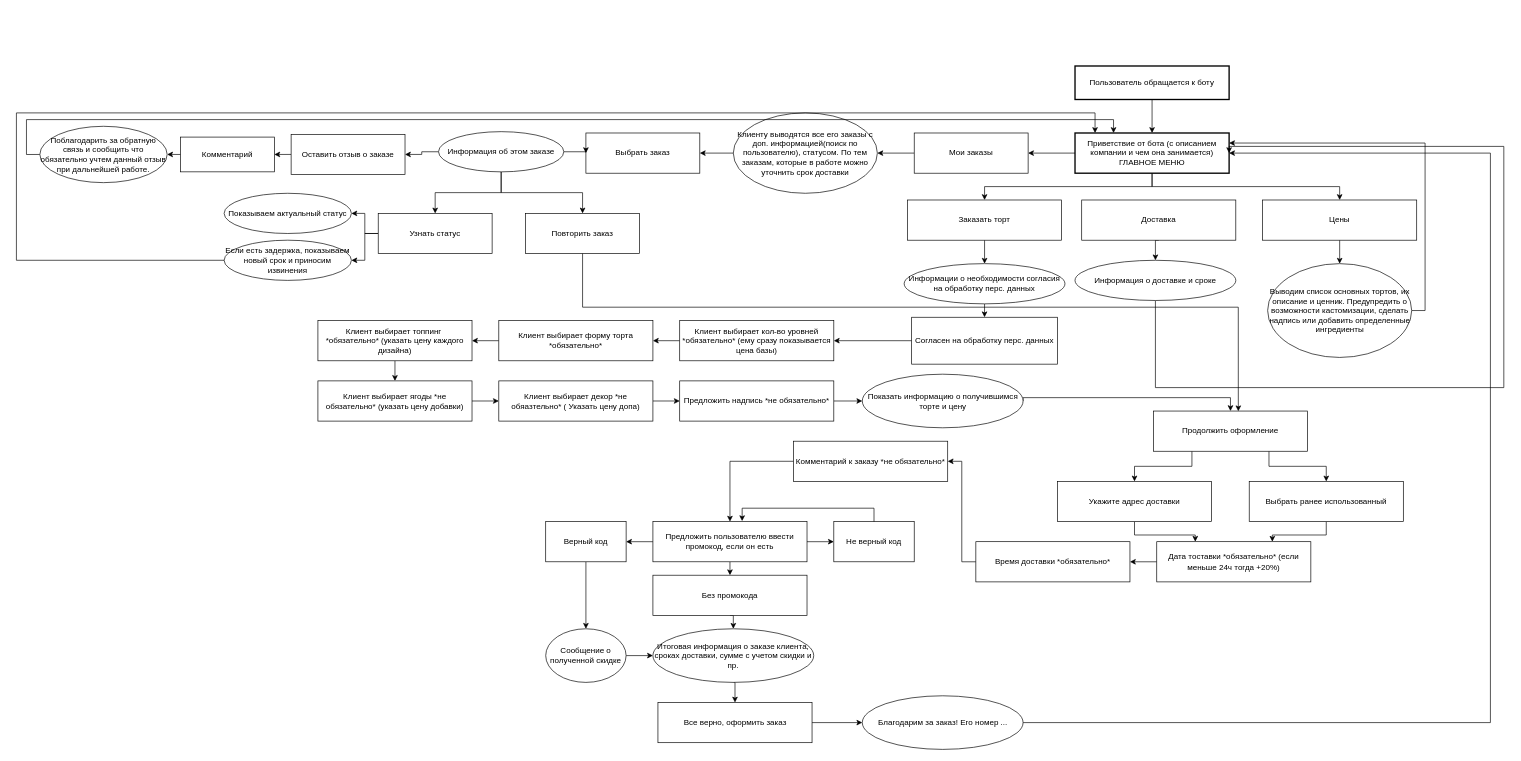
Before: Bake_cake_diagram.drawio in KamenskiyIlya/Bake_cake, a draw.io diagram. Source tidied: cells renumbered, new cells numbered last; positions are measured from the earlier drawing's top-left corner, leaving out a move shared by most shapes. Both pictures are drawn from the tidied source at 67%, with x=0, y=0 at pixel (16, 66).
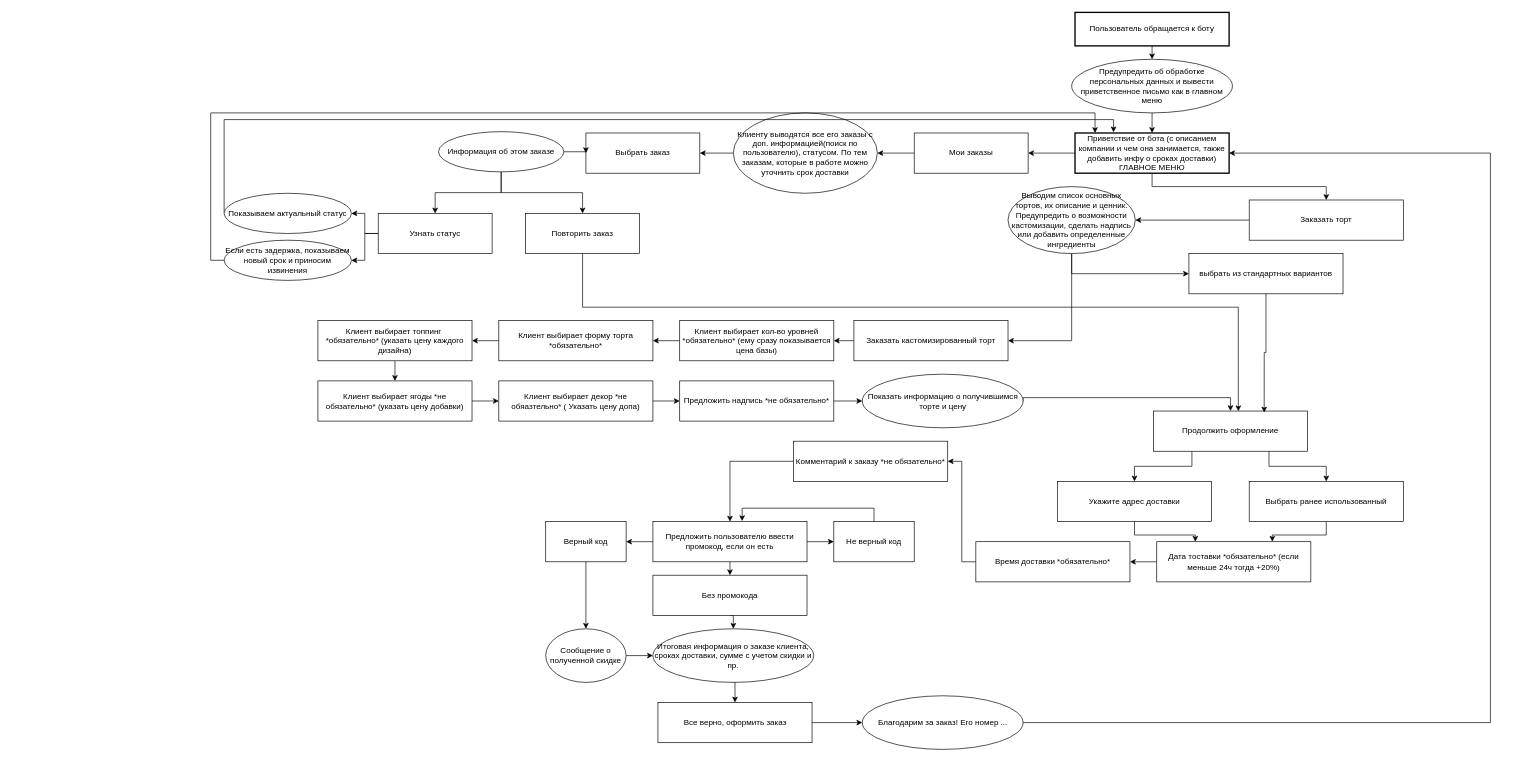
The same page after the edit.

Commit message:
Обновил диаграмму структуры бота

The change refers to these unchanged cells:
```xml
<mxCell id="25" value="Клиент выбирает кол-во уровней *обязательно* (ему сразу показывается цена базы)" style="rounded=0;whiteSpace=wrap;html=1;" parent="1" vertex="1">
  <mxGeometry x="990" y="380" width="230" height="60" as="geometry" />
</mxCell>
<mxCell id="64" value="Если есть задержка, показываем новый срок и приносим извинения" style="ellipse;whiteSpace=wrap;html=1;" parent="1" vertex="1">
  <mxGeometry x="310" y="260" width="190" height="60" as="geometry" />
</mxCell>
<mxCell id="76" value="Продолжить оформление" style="rounded=0;whiteSpace=wrap;html=1;" parent="1" vertex="1">
  <mxGeometry x="1697" y="515" width="230" height="60" as="geometry" />
</mxCell>
<mxCell id="90" value="Информация об этом заказе" style="ellipse;whiteSpace=wrap;html=1;" parent="1" vertex="1">
  <mxGeometry x="630" y="98" width="187" height="60" as="geometry" />
</mxCell>
```

Diff of the diagram source:
```diff
@@
-    <mxCell id="2" style="edgeStyle=orthogonalEdgeStyle;rounded=0;jettySize=auto;html=1;exitX=0.5;exitY=1;exitDx=0;exitDy=0;entryX=0.5;entryY=0;entryDx=0;entryDy=0;" parent="1" edge="1" source="3" target="7">
-      <mxGeometry relative="1" as="geometry" />
-    </mxCell>
+    <mxCell id="93" style="edgeStyle=orthogonalEdgeStyle;rounded=0;jettySize=auto;html=1;exitX=0.5;exitY=1;exitDx=0;exitDy=0;entryX=0.5;entryY=0;entryDx=0;entryDy=0;" parent="1" edge="1" source="3" target="103">
+      <mxGeometry relative="1" as="geometry" />
+    </mxCell>
     <mxCell id="3" value="Пользователь обращается к боту" style="whiteSpace=wrap;strokeWidth=2;" parent="1" vertex="1">
-      <mxGeometry x="1580" width="230" height="50" as="geometry" />
+      <mxGeometry x="1580" y="-80" width="230" height="50" as="geometry" />
     </mxCell>
@@
-    <mxCell id="6" style="edgeStyle=orthogonalEdgeStyle;rounded=0;jettySize=auto;html=1;exitX=0.5;exitY=1;exitDx=0;exitDy=0;" parent="1" edge="1" source="7" target="66">
-      <mxGeometry relative="1" as="geometry" />
-    </mxCell>
-    <mxCell id="7" value="Приветствие от бота (с описанием компании и чем она занимается)&#10;ГЛАВНОЕ МЕНЮ" style="whiteSpace=wrap;strokeWidth=2;" parent="1" vertex="1">
+    <mxCell id="7" value="Приветствие от бота (с описанием компании и чем она занимается, также добавить инфу о сроках доставки)&#10;ГЛАВНОЕ МЕНЮ" style="whiteSpace=wrap;strokeWidth=2;" parent="1" vertex="1">
       <mxGeometry x="1580" y="100" width="230" height="60" as="geometry" />
     </mxCell>
-    <mxCell id="8" style="edgeStyle=orthogonalEdgeStyle;rounded=0;jettySize=auto;html=1;exitX=0.5;exitY=1;exitDx=0;exitDy=0;entryX=0.5;entryY=0;entryDx=0;entryDy=0;" parent="1" edge="1" source="9" target="17">
-      <mxGeometry relative="1" as="geometry" />
-    </mxCell>
+    <mxCell id="94" style="edgeStyle=orthogonalEdgeStyle;rounded=0;jettySize=auto;html=1;exitX=0;exitY=0.5;exitDx=0;exitDy=0;entryX=1;entryY=0.5;entryDx=0;entryDy=0;" parent="1" edge="1" source="9" target="11">
+      <mxGeometry relative="1" as="geometry" />
+    </mxCell>
     <mxCell id="9" value="Заказать торт" style="rounded=0;whiteSpace=wrap;html=1;" parent="1" vertex="1">
-      <mxGeometry x="1330" y="200" width="230" height="60" as="geometry" />
+      <mxGeometry x="1840" y="200" width="230" height="60" as="geometry" />
     </mxCell>
-    <mxCell id="10" style="edgeStyle=orthogonalEdgeStyle;rounded=0;jettySize=auto;html=1;exitX=1;exitY=0.5;exitDx=0;exitDy=0;entryX=1;entryY=0.25;entryDx=0;entryDy=0;" parent="1" edge="1" source="11" target="7">
-      <mxGeometry relative="1" as="geometry" />
-    </mxCell>
+    <mxCell id="95" style="edgeStyle=orthogonalEdgeStyle;rounded=0;jettySize=auto;html=1;exitX=0.5;exitY=1;exitDx=0;exitDy=0;entryX=1;entryY=0.5;entryDx=0;entryDy=0;" parent="1" edge="1" source="11" target="99">
+      <mxGeometry relative="1" as="geometry" />
+    </mxCell>
+    <mxCell id="96" style="edgeStyle=orthogonalEdgeStyle;rounded=0;jettySize=auto;html=1;exitX=0.5;exitY=1;exitDx=0;exitDy=0;entryX=0;entryY=0.5;entryDx=0;entryDy=0;" parent="1" edge="1" source="11" target="100">
+      <mxGeometry relative="1" as="geometry" />
+    </mxCell>
     <mxCell id="11" value="Выводим список основных тортов, их описание и ценник. Предупредить о возможности кастомизации, сделать надпись или добавить определенные ингредиенты" style="ellipse;whiteSpace=wrap;html=1;" parent="1" vertex="1">
-      <mxGeometry x="1867.5" y="295" width="215" height="140" as="geometry" />
+      <mxGeometry x="1480" y="180" width="190" height="100" as="geometry" />
     </mxCell>
@@
-    <mxCell id="16" style="edgeStyle=orthogonalEdgeStyle;rounded=0;jettySize=auto;html=1;exitX=0.5;exitY=1;exitDx=0;exitDy=0;entryX=0.5;entryY=0;entryDx=0;entryDy=0;" parent="1" edge="1" source="17" target="19">
-      <mxGeometry relative="1" as="geometry" />
-    </mxCell>
-    <mxCell id="17" value="Информации о необходимости согласия на обработку перс. данных" style="ellipse;whiteSpace=wrap;html=1;" parent="1" vertex="1">
-      <mxGeometry x="1325" y="295" width="240" height="60" as="geometry" />
-    </mxCell>
-    <mxCell id="18" style="edgeStyle=orthogonalEdgeStyle;rounded=0;jettySize=auto;html=1;exitX=0;exitY=0.5;exitDx=0;exitDy=0;entryX=1;entryY=0.5;entryDx=0;entryDy=0;" parent="1" edge="1" source="19" target="25">
-      <mxGeometry relative="1" as="geometry" />
-    </mxCell>
-    <mxCell id="19" value="Согласен на обработку перс. данных" style="rounded=0;whiteSpace=wrap;html=1;" parent="1" vertex="1">
-      <mxGeometry x="1336.2" y="375" width="217.5" height="70" as="geometry" />
-    </mxCell>
-    <mxCell id="20" style="edgeStyle=orthogonalEdgeStyle;rounded=0;jettySize=auto;html=1;exitX=0.5;exitY=1;exitDx=0;exitDy=0;entryX=0.5;entryY=0;entryDx=0;entryDy=0;" parent="1" edge="1" source="21" target="23">
-      <mxGeometry relative="1" as="geometry" />
-    </mxCell>
-    <mxCell id="21" value="Доставка" style="rounded=0;whiteSpace=wrap;html=1;" parent="1" vertex="1">
-      <mxGeometry x="1590" y="200" width="230" height="60" as="geometry" />
-    </mxCell>
-    <mxCell id="22" style="edgeStyle=orthogonalEdgeStyle;rounded=0;jettySize=auto;html=1;exitX=0.5;exitY=1;exitDx=0;exitDy=0;entryX=1;entryY=0.5;entryDx=0;entryDy=0;" parent="1" edge="1" source="23" target="7">
-      <mxGeometry relative="1" as="geometry">
-        <Array as="points">
-          <mxPoint x="1700" y="480" />
-          <mxPoint x="2220" y="480" />
-          <mxPoint x="2220" y="120" />
-          <mxPoint x="1810" y="120" />
-        </Array>
-      </mxGeometry>
-    </mxCell>
-    <mxCell id="23" value="Информация о доставке и сроке" style="ellipse;whiteSpace=wrap;html=1;" parent="1" vertex="1">
-      <mxGeometry x="1580" y="290" width="240" height="60" as="geometry" />
-    </mxCell>
@@
-    <mxCell id="42" style="edgeStyle=orthogonalEdgeStyle;rounded=0;jettySize=auto;html=1;exitX=0;exitY=0.5;exitDx=0;exitDy=0;entryX=1;entryY=0.5;entryDx=0;entryDy=0;" parent="1" edge="1" source="43" target="68">
-      <mxGeometry relative="1" as="geometry" />
-    </mxCell>
-    <mxCell id="43" value="Оставить отзыв о заказе" style="rounded=0;whiteSpace=wrap;html=1;" parent="1" vertex="1">
-      <mxGeometry x="410" y="102" width="170" height="60" as="geometry" />
-    </mxCell>
@@
+    <mxCell id="97" style="edgeStyle=orthogonalEdgeStyle;rounded=0;orthogonalLoop=1;jettySize=auto;html=1;exitX=0;exitY=0.5;exitDx=0;exitDy=0;entryX=0.25;entryY=0;entryDx=0;entryDy=0;" parent="1" edge="1">
+      <mxGeometry relative="1" as="geometry">
+        <mxPoint x="310" y="219" as="sourcePoint" />
+        <mxPoint x="1637.5" y="99" as="targetPoint" />
+        <Array as="points">
+          <mxPoint x="310" y="80" />
+          <mxPoint x="1638" y="80" />
+        </Array>
+      </mxGeometry>
+    </mxCell>
@@
-    <mxCell id="65" style="edgeStyle=orthogonalEdgeStyle;rounded=0;jettySize=auto;html=1;exitX=0.5;exitY=1;exitDx=0;exitDy=0;entryX=0.5;entryY=0;entryDx=0;entryDy=0;" parent="1" edge="1" source="66" target="11">
-      <mxGeometry relative="1" as="geometry" />
-    </mxCell>
-    <mxCell id="66" value="Цены" style="rounded=0;whiteSpace=wrap;html=1;" parent="1" vertex="1">
-      <mxGeometry x="1860" y="200" width="230" height="60" as="geometry" />
-    </mxCell>
-    <mxCell id="67" style="edgeStyle=orthogonalEdgeStyle;rounded=0;jettySize=auto;html=1;exitX=0;exitY=0.5;exitDx=0;exitDy=0;entryX=1;entryY=0.5;entryDx=0;entryDy=0;" parent="1" edge="1" source="68" target="70">
-      <mxGeometry relative="1" as="geometry" />
-    </mxCell>
-    <mxCell id="68" value="Комментарий" style="rounded=0;whiteSpace=wrap;html=1;" parent="1" vertex="1">
-      <mxGeometry x="245" y="106.1" width="140" height="51.9" as="geometry" />
-    </mxCell>
-    <mxCell id="69" style="edgeStyle=orthogonalEdgeStyle;rounded=0;jettySize=auto;html=1;exitX=0;exitY=0.5;exitDx=0;exitDy=0;entryX=0.25;entryY=0;entryDx=0;entryDy=0;" parent="1" edge="1" source="70" target="7">
-      <mxGeometry relative="1" as="geometry" />
-    </mxCell>
-    <mxCell id="70" value="Поблагодарить за обратную связь и сообщить что обязательно учтем данный отзыв при дальнейшей работе." style="ellipse;whiteSpace=wrap;html=1;" parent="1" vertex="1">
-      <mxGeometry x="35" y="90" width="190" height="84.1" as="geometry" />
-    </mxCell>
     <mxCell id="71" style="edgeStyle=orthogonalEdgeStyle;rounded=0;jettySize=auto;html=1;exitX=0;exitY=0.5;exitDx=0;exitDy=0;entryX=0.13;entryY=0;entryDx=0;entryDy=0;entryPerimeter=0;" parent="1" edge="1" source="64" target="7">
       <mxGeometry relative="1" as="geometry">
         <Array as="points">
-          <mxPoint y="290" />
-          <mxPoint y="70" />
+          <mxPoint x="290" y="290" />
+          <mxPoint x="290" y="70" />
           <mxPoint x="1610" y="70" />
         </Array>
       </mxGeometry>
     </mxCell>
@@
-    <mxCell id="89" style="edgeStyle=orthogonalEdgeStyle;rounded=0;jettySize=auto;html=1;exitX=0;exitY=0.5;exitDx=0;exitDy=0;entryX=1;entryY=0.5;entryDx=0;entryDy=0;" parent="1" edge="1" source="90" target="43">
-      <mxGeometry relative="1" as="geometry" />
-    </mxCell>
@@
+    <mxCell id="98" style="edgeStyle=orthogonalEdgeStyle;rounded=0;jettySize=auto;html=1;exitX=0;exitY=0.5;exitDx=0;exitDy=0;entryX=1;entryY=0.5;entryDx=0;entryDy=0;" parent="1" edge="1" source="99" target="25">
+      <mxGeometry relative="1" as="geometry" />
+    </mxCell>
+    <mxCell id="99" value="Заказать кастомизированный торт" style="rounded=0;whiteSpace=wrap;html=1;" parent="1" vertex="1">
+      <mxGeometry x="1250" y="380" width="230" height="60" as="geometry" />
+    </mxCell>
+    <mxCell id="100" value="выбрать из стандартных вариантов" style="rounded=0;whiteSpace=wrap;html=1;" parent="1" vertex="1">
+      <mxGeometry x="1750" y="280" width="230" height="60" as="geometry" />
+    </mxCell>
+    <mxCell id="101" style="edgeStyle=orthogonalEdgeStyle;rounded=0;jettySize=auto;html=1;exitX=0.5;exitY=1;exitDx=0;exitDy=0;entryX=0.719;entryY=0.036;entryDx=0;entryDy=0;entryPerimeter=0;" parent="1" edge="1" source="100" target="76">
+      <mxGeometry relative="1" as="geometry" />
+    </mxCell>
+    <mxCell id="102" style="edgeStyle=orthogonalEdgeStyle;rounded=0;jettySize=auto;html=1;exitX=0.5;exitY=1;exitDx=0;exitDy=0;entryX=0.5;entryY=0;entryDx=0;entryDy=0;" parent="1" edge="1" source="103" target="7">
+      <mxGeometry relative="1" as="geometry" />
+    </mxCell>
+    <mxCell id="103" value="Предупредить об обработке персональных данных и вывести приветственное письмо как в главном меню" style="ellipse;whiteSpace=wrap;html=1;" parent="1" vertex="1">
+      <mxGeometry x="1575" y="-10" width="240" height="80" as="geometry" />
+    </mxCell>
```
